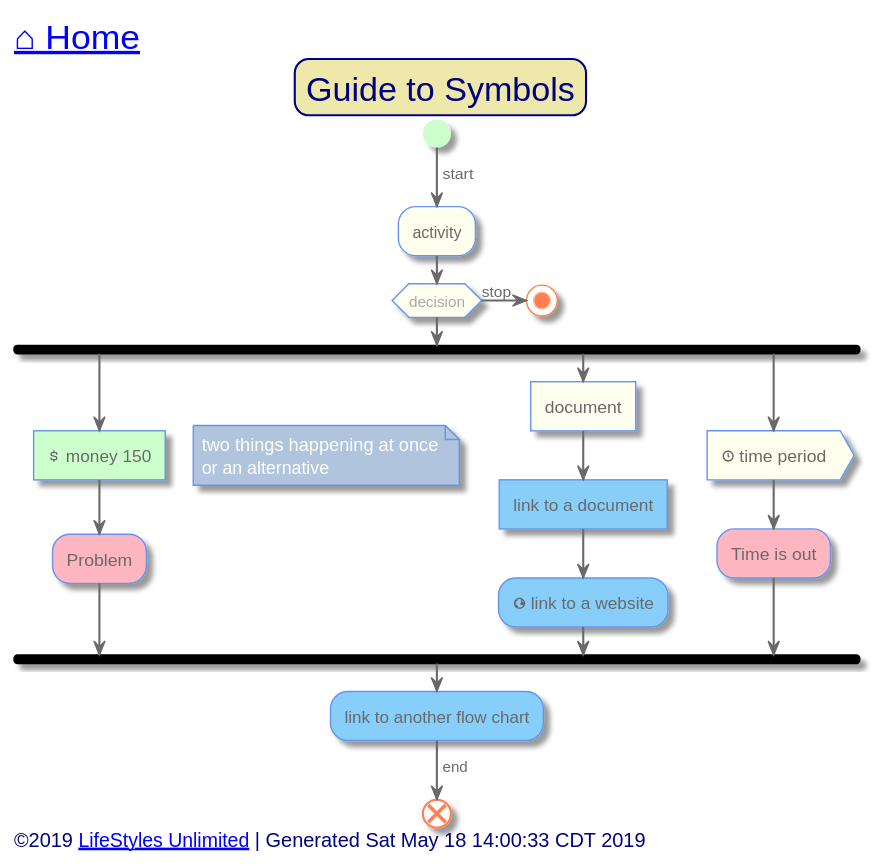
Earlier version of the PlantUML export out/src/common/symbol-guide.svg (toddmo/lifestylesunlimited). Its diagram source:
```plantuml
@startuml symbol-guide


skinparam {
  BorderColor Red
  PathHoverColor Blue
}

skinparam Title {
  FontColor Navy
  BackgroundColor PaleGoldenRod
  BorderColor Navy
  BorderRoundCorner 20
  FontSize 24
}

skinparam activity {
  BackgroundColor Ivory
  BorderColor CornflowerBlue
  BorderThickness 1
  FontColor DimGray


  Arrow {
    Color dimgray
    FontColor dimgray
  }

  Start {
    Color PHYSICAL
  }

  End {
    Color Coral
  }

  Diamond {
    BackgroundColor Ivory
    BorderColor CornflowerBlue
    FontColor DarkGray
  }

  BackgroundColor<< Exception >> Red
	BorderColor<< Exception >> White
}

skinparam Swimlane {
  BorderColor CornflowerBlue
}

skinparam Partition {
  BackgroundColor Ivory
  BorderColor CornflowerBlue
  BorderThickness 1
  FontColor CornflowerBlue
  FontSize 16
  BorderRoundCorner 20
}

skinparam Note {
  BackgroundColor LightSteelBlue
  BorderColor CornflowerBlue
  FontColor White
}

skinparam Legend {
  BackgroundColor LightSteelBlue
  BorderColor CornflowerBlue
  FontColor White
}

skinparam Footer {
  FontColor Navy
}


left header
	<font color=Navy size=24>[[../index.svg?sanitize=true ⌂ Home]]</font>
endheader


	Title Guide to Symbols

	start
	->start;
	:activity;
	if(decision)
	else
		->stop;
		stop
	endif
	fork
		#PHYSICAL:<&dollar> money 150]
		floating note right:two things happening at once\nor an alternative
		#LightPink:Problem;
	fork again
		:document]
		#LightSkyBlue:link to a document]
		#LightSkyBlue:<&globe> link to a website;
	fork again
		:<&clock> time period>
		#LightPink:Time is out;
	end fork
	#LightSkyBlue:link to another flow chart;
	->end;
	end


left footer
	<font size=14>©2019 [[http://www.lifestylesunlimited.com LifeStyles Unlimited]] | Generated Sat May 18 14:00:33 CDT 2019</font>
endfooter


@enduml
```
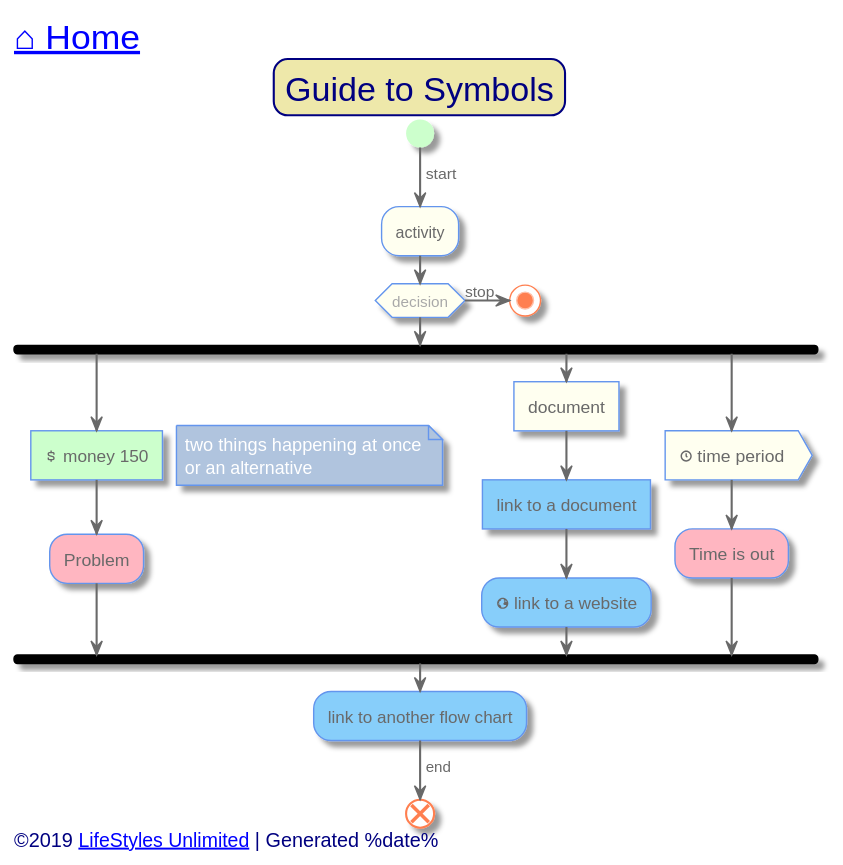
After the change.

What changed in the source:
```diff
@@ -107,7 +107,7 @@
 
 
 left footer
-	<font size=14>©2019 [[http://www.lifestylesunlimited.com LifeStyles Unlimited]] | Generated Sat May 18 14:00:33 CDT 2019</font>
+	<font size=14>©2019 [[http://www.lifestylesunlimited.com LifeStyles Unlimited]] | Generated %date%</font>
 endfooter
 
 
```
